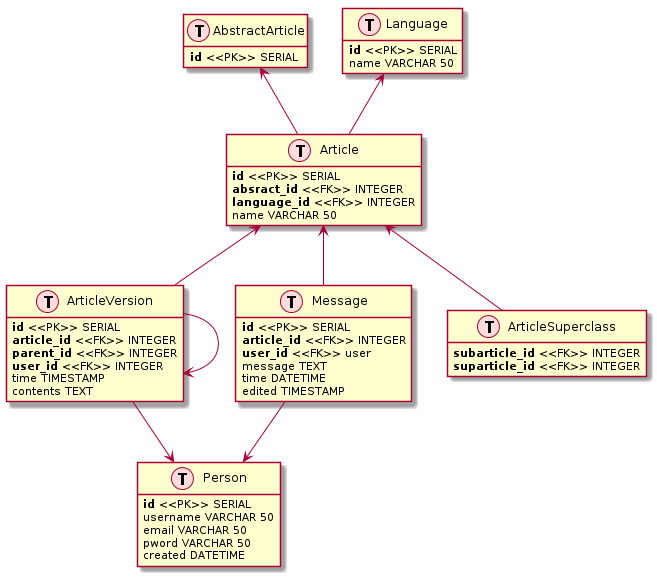
The PlantUML diagram doc/imgs/relt.png in Hansuzu/Tsoha-Bootstrap, before a commit. Source of this version:
```plantuml
@startuml

hide methods
hide stereotypes



class Person as "Person" << (T,#FFDDDD) >>{
    <b>id</b> <<PK>> SERIAL
    username VARCHAR 50
    email VARCHAR 50
    pword VARCHAR 50
    created DATETIME
}


class Article as "Article" << (T,#FFDDDD) >> {
    <b>id</b> <<PK>> SERIAL
    <b>absract_id</b> <<FK>> INTEGER
    <b>language_id</b> <<FK>> INTEGER
    name VARCHAR 50
}
class ArticleVersion as "ArticleVersion" << (T,#FFDDDD) >>{
    <b>id</b> <<PK>> SERIAL
    <b>article_id</b> <<FK>> INTEGER
    <b>parent_id</b> <<FK>> INTEGER
    <b>user_id</b> <<FK>> INTEGER
    time TIMESTAMP
    contents TEXT
}


class Message as "Message" << (T,#FFDDDD) >>{
    <b>id</b> <<PK>> SERIAL
    <b>article_id</b> <<FK>> INTEGER
    <b>user_id</b> <<FK>> user
    message TEXT
    time DATETIME
    edited TIMESTAMP
}

class ArticleSuperclass as "ArticleSuperclass" << (T,#FFDDDD) >>{
    <b>subarticle_id</b> <<FK>> INTEGER
    <b>suparticle_id</b> <<FK>> INTEGER
}

class AbstractArticle as "AbstractArticle" << (T,#FFDDDD) >> {
    <b>id</b> <<PK>> SERIAL
}

class Language as "Language" << (T,#FFDDDD) >> {
    <b>id</b> <<PK>> SERIAL
    name VARCHAR 50
}


Language <-- Article
AbstractArticle <-- Article
Article <-- ArticleVersion
Article <-- Message
Message --> Person
ArticleVersion --> Person
ArticleVersion --> ArticleVersion

Article <-- ArticleSuperclass

@enduml
```
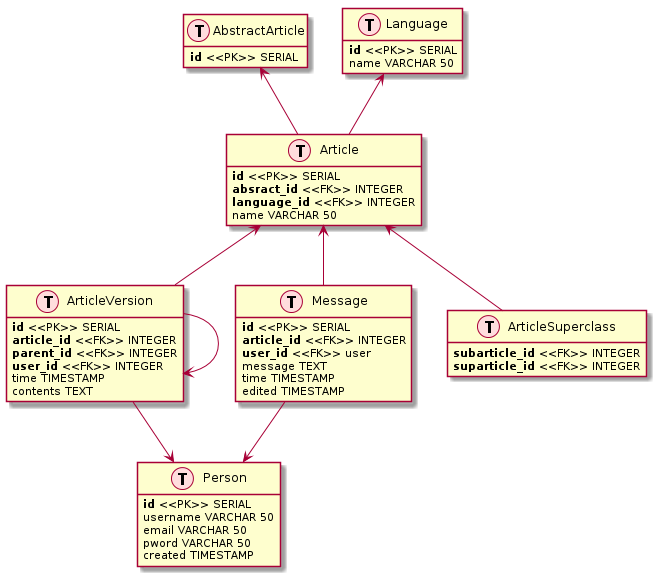
After the change.

The edit, as a diff of the source:
```diff
@@ -10,7 +10,7 @@
     username VARCHAR 50
     email VARCHAR 50
     pword VARCHAR 50
-    created DATETIME
+    created TIMESTAMP
 }
 
 
@@ -35,7 +35,7 @@
     <b>article_id</b> <<FK>> INTEGER
     <b>user_id</b> <<FK>> user
     message TEXT
-    time DATETIME
+    time TIMESTAMP
     edited TIMESTAMP
 }
 
```
